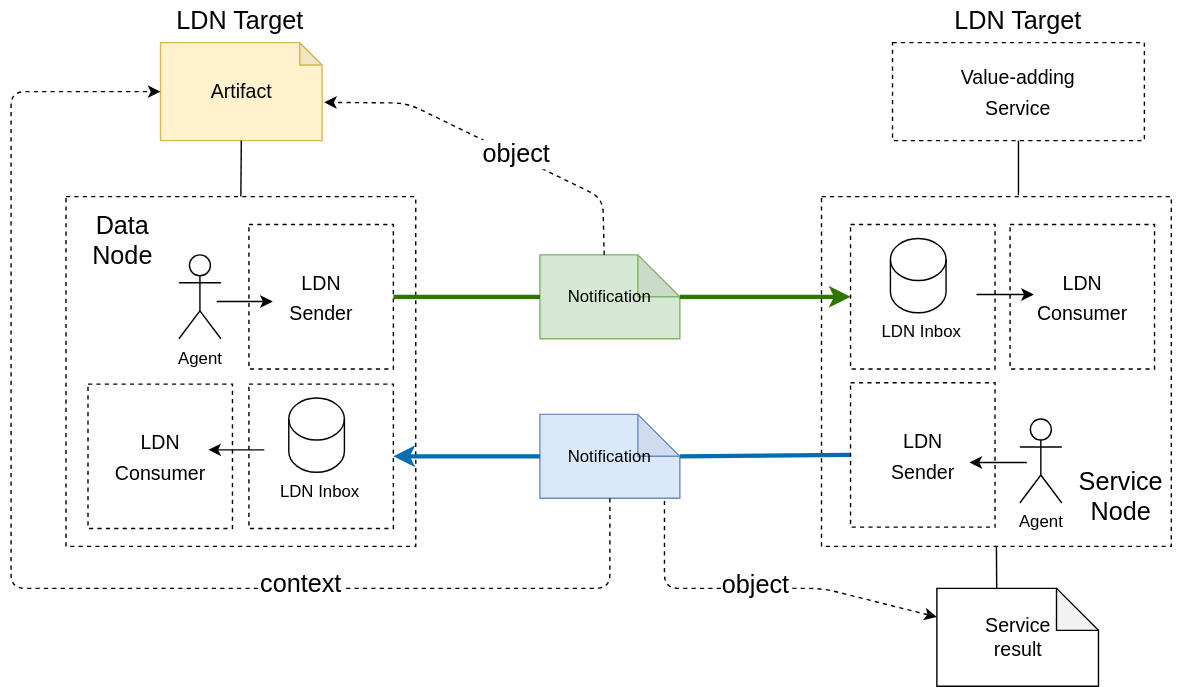
The draw.io diagram images/network.svg in MellonScholarlyCommunication/spec-notifications, before a commit. Source tidied: cells renumbered, new cells last; positions are measured from the earlier drawing's top-left corner, leaving out a move shared by most shapes.
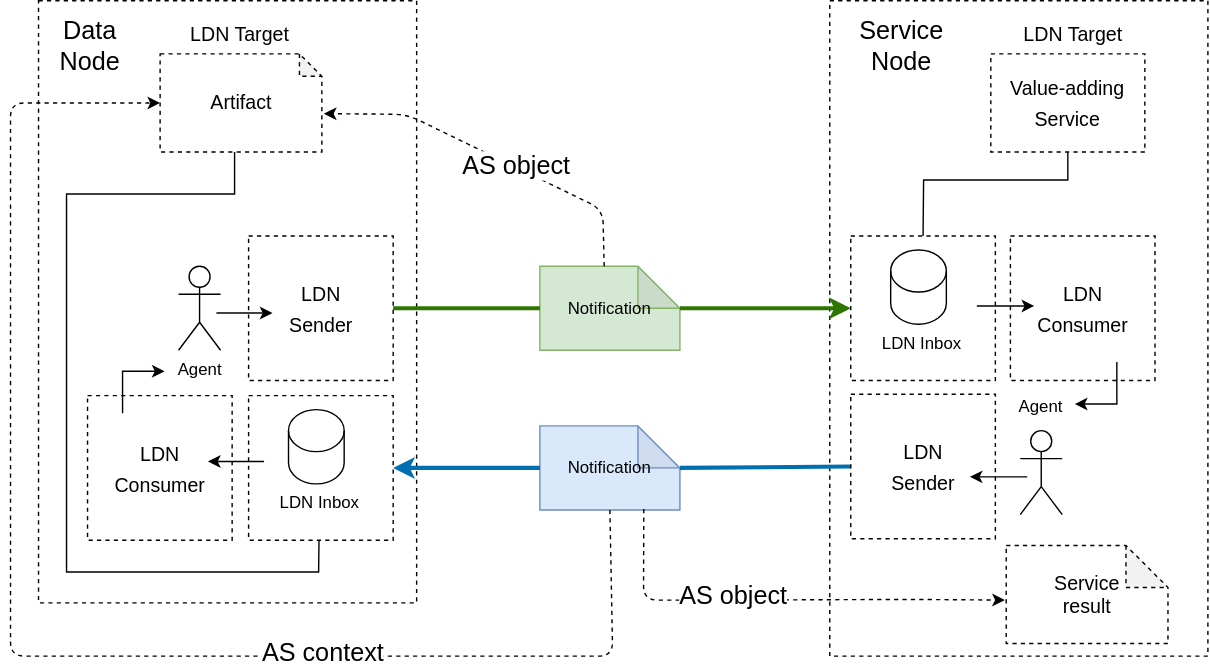
Later version of the same file.

Change to the diagram source:
```diff
@@ -2,23 +2,23 @@
   <root>
     <mxCell id="0" />
     <mxCell id="1" parent="0" />
-    <mxCell id="2" style="whiteSpace=wrap;html=1;dashed=1;" parent="1" vertex="1">
-      <mxGeometry x="579.2" y="140" width="250" height="250" as="geometry" />
-    </mxCell>
-    <mxCell id="3" style="whiteSpace=wrap;html=1;dashed=1;" parent="1" vertex="1">
-      <mxGeometry x="39.2" y="140" width="250" height="250" as="geometry" />
-    </mxCell>
+    <mxCell id="48" style="rounded=0;whiteSpace=wrap;html=1;dashed=1;fontSize=18;fillColor=none;" parent="1" vertex="1">
+      <mxGeometry x="585" y="-8" width="270" height="468" as="geometry" />
+    </mxCell>
+    <mxCell id="49" style="rounded=0;whiteSpace=wrap;html=1;dashed=1;fontSize=18;fillColor=none;" parent="1" vertex="1">
+      <mxGeometry x="20" y="-8" width="270" height="430" as="geometry" />
+    </mxCell>
     <mxCell id="4" value="Notification" style="shape=note;whiteSpace=wrap;html=1;backgroundOutline=1;darkOpacity=0.05;fillColor=#d5e8d4;strokeColor=#82b366;" parent="1" vertex="1">
       <mxGeometry x="378" y="181.6" width="100" height="60" as="geometry" />
     </mxCell>
     <mxCell id="5" style="endArrow=none;html=1;rounded=0;strokeWidth=3;fillColor=#60a917;strokeColor=#2D7600;exitX=1;exitY=0.5;exitDx=0;exitDy=0;entryX=0;entryY=0.5;entryDx=0;entryDy=0;entryPerimeter=0;" parent="1" edge="1" source="20" target="4">
       <mxGeometry relative="1" as="geometry" />
     </mxCell>
-    <mxCell id="6" value="&lt;font style=&quot;font-size: 14px;&quot;&gt;Artifact&lt;/font&gt;" style="shape=note;whiteSpace=wrap;html=1;backgroundOutline=1;darkOpacity=0.05;fillColor=#fff2cc;strokeColor=#d6b656;size=16;" parent="1" vertex="1">
+    <mxCell id="6" value="&lt;font style=&quot;font-size: 14px;&quot;&gt;Artifact&lt;/font&gt;" style="shape=note;whiteSpace=wrap;html=1;backgroundOutline=1;darkOpacity=0.05;size=16;dashed=1;" parent="1" vertex="1">
       <mxGeometry x="106.8" y="30" width="115.5" height="70" as="geometry" />
     </mxCell>
     <mxCell id="7" value="&lt;font style=&quot;font-size: 18px;&quot;&gt;Data &lt;br&gt;Node&lt;/font&gt;" style="text;html=1;strokeColor=none;fillColor=none;align=center;verticalAlign=middle;whiteSpace=wrap;rounded=0;" parent="1" vertex="1">
-      <mxGeometry x="30" y="146.6" width="100" height="50" as="geometry" />
+      <mxGeometry x="6.8" width="100" height="50" as="geometry" />
     </mxCell>
     <mxCell id="8" value="Notification" style="shape=note;whiteSpace=wrap;html=1;backgroundOutline=1;darkOpacity=0.05;fillColor=#dae8fc;strokeColor=#6c8ebf;" parent="1" vertex="1">
       <mxGeometry x="378" y="295.6" width="100" height="60" as="geometry" />
@@ -26,45 +26,45 @@
     <mxCell id="9" style="endArrow=none;html=1;rounded=0;fillColor=#1ba1e2;strokeColor=#006EAF;strokeWidth=3;entryX=0;entryY=0.5;entryDx=0;entryDy=0;exitX=0;exitY=0;exitDx=100;exitDy=30;exitPerimeter=0;" parent="1" edge="1" source="8" target="30">
       <mxGeometry relative="1" as="geometry" />
     </mxCell>
-    <mxCell id="10" style="endArrow=classic;html=1;rounded=0;strokeWidth=3;fillColor=#60a917;strokeColor=#2D7600;entryX=0;entryY=0.5;entryDx=0;entryDy=0;exitX=0;exitY=0;exitDx=100;exitDy=30;exitPerimeter=0;" parent="1" edge="1" source="4" target="28">
-      <mxGeometry relative="1" as="geometry" />
-    </mxCell>
-    <mxCell id="11" style="endArrow=classic;html=1;rounded=0;fillColor=#1ba1e2;strokeColor=#006EAF;strokeWidth=3;exitX=0;exitY=0.5;exitDx=0;exitDy=0;exitPerimeter=0;entryX=1;entryY=0.5;entryDx=0;entryDy=0;" parent="1" edge="1" source="8" target="19">
-      <mxGeometry relative="1" as="geometry" />
-    </mxCell>
+    <mxCell id="50" style="endArrow=classic;html=1;rounded=0;strokeWidth=3;fillColor=#60a917;strokeColor=#2D7600;entryX=0;entryY=0.5;entryDx=0;entryDy=0;exitX=0;exitY=0;exitDx=100;exitDy=30;exitPerimeter=0;" parent="1" edge="1" source="4" target="59">
+      <mxGeometry relative="1" as="geometry" />
+    </mxCell>
+    <mxCell id="51" style="endArrow=classic;html=1;rounded=0;fillColor=#1ba1e2;strokeColor=#006EAF;strokeWidth=3;exitX=0;exitY=0.5;exitDx=0;exitDy=0;exitPerimeter=0;entryX=1;entryY=0.5;entryDx=0;entryDy=0;" parent="1" edge="1" source="8" target="56">
+      <mxGeometry relative="1" as="geometry" />
+    </mxCell>
     <mxCell id="12" value="Agent" style="shape=umlActor;verticalLabelPosition=bottom;verticalAlign=top;html=1;" parent="1" vertex="1">
       <mxGeometry x="120" y="181.6" width="30" height="60" as="geometry" />
     </mxCell>
-    <mxCell id="13" value="&lt;font style=&quot;font-size: 14px;&quot;&gt;Service&lt;br&gt;result&lt;/font&gt;" style="shape=note;whiteSpace=wrap;html=1;backgroundOutline=1;darkOpacity=0.05;" parent="1" vertex="1">
-      <mxGeometry x="661.7" y="420" width="115.5" height="70" as="geometry" />
+    <mxCell id="13" value="&lt;font style=&quot;font-size: 14px;&quot;&gt;Service&lt;br&gt;result&lt;/font&gt;" style="shape=note;whiteSpace=wrap;html=1;backgroundOutline=1;darkOpacity=0.05;dashed=1;" parent="1" vertex="1">
+      <mxGeometry x="711" y="381" width="115.5" height="70" as="geometry" />
     </mxCell>
-    <mxCell id="14" style="endArrow=classic;html=1;rounded=1;dashed=1;entryX=0.987;entryY=0.593;entryDx=0;entryDy=0;entryPerimeter=0;exitX=0.43;exitY=-0.019;exitDx=0;exitDy=0;exitPerimeter=0;" parent="1" edge="1">
-      <mxGeometry relative="1" as="geometry">
-        <mxPoint x="423.9" y="181.6" as="sourcePoint" />
-        <mxPoint x="223.7" y="72.6" as="targetPoint" />
-        <Array as="points">
-          <mxPoint x="422.9" y="141.1" />
-          <mxPoint x="282.9" y="73.1" />
-        </Array>
-      </mxGeometry>
-    </mxCell>
-    <mxCell id="15" value="&lt;font style=&quot;font-size: 18px;&quot;&gt;object&lt;/font&gt;" style="edgeLabel;html=1;align=center;verticalAlign=middle;" parent="14" vertex="1">
-      <mxGeometry x="0.43" y="1" relative="1" as="geometry">
-        <mxPoint x="66" y="30" as="offset" />
-      </mxGeometry>
-    </mxCell>
+    <mxCell id="52" style="endArrow=classic;html=1;rounded=1;dashed=1;entryX=0.987;entryY=0.593;entryDx=0;entryDy=0;entryPerimeter=0;exitX=0.43;exitY=-0.019;exitDx=0;exitDy=0;exitPerimeter=0;" parent="1" edge="1">
+      <mxGeometry relative="1" as="geometry">
+        <mxPoint x="423.9" y="181.6" as="sourcePoint" />
+        <mxPoint x="223.7" y="72.6" as="targetPoint" />
+        <Array as="points">
+          <mxPoint x="422.9" y="141.1" />
+          <mxPoint x="282.9" y="73.1" />
+        </Array>
+      </mxGeometry>
+    </mxCell>
+    <mxCell id="53" value="&lt;font style=&quot;font-size: 18px;&quot;&gt;AS object&lt;/font&gt;" style="edgeLabel;html=1;align=center;verticalAlign=middle;" parent="52" vertex="1">
+      <mxGeometry x="0.43" y="1" relative="1" as="geometry">
+        <mxPoint x="66" y="30" as="offset" />
+      </mxGeometry>
+    </mxCell>
     <mxCell id="16" style="group;" parent="1" vertex="1">
       <mxGeometry x="170" y="274" width="103.2" height="103.2" as="geometry" />
     </mxCell>
-    <mxCell id="17" style="shape=cylinder3;whiteSpace=wrap;html=1;boundedLbl=1;backgroundOutline=1;size=15;" parent="16" vertex="1">
-      <mxGeometry x="28.5" y="10" width="39.8" height="53" as="geometry" />
-    </mxCell>
-    <mxCell id="18" value="LDN Inbox" style="text;html=1;strokeColor=none;fillColor=none;align=center;verticalAlign=middle;whiteSpace=wrap;rounded=0;" parent="16" vertex="1">
-      <mxGeometry x="20.6" y="62" width="60" height="30" as="geometry" />
-    </mxCell>
-    <mxCell id="19" style="whiteSpace=wrap;html=1;dashed=1;fillColor=none;" parent="16" vertex="1">
-      <mxGeometry width="103.2" height="103.2" as="geometry" />
-    </mxCell>
+    <mxCell id="54" style="shape=cylinder3;whiteSpace=wrap;html=1;boundedLbl=1;backgroundOutline=1;size=15;" parent="16" vertex="1">
+      <mxGeometry x="28.5" y="10" width="39.8" height="53" as="geometry" />
+    </mxCell>
+    <mxCell id="55" value="LDN Inbox" style="text;html=1;strokeColor=none;fillColor=none;align=center;verticalAlign=middle;whiteSpace=wrap;rounded=0;" parent="16" vertex="1">
+      <mxGeometry x="20.6" y="62" width="60" height="30" as="geometry" />
+    </mxCell>
+    <mxCell id="56" style="whiteSpace=wrap;html=1;dashed=1;fillColor=none;" parent="16" vertex="1">
+      <mxGeometry width="103.2" height="103.2" as="geometry" />
+    </mxCell>
     <mxCell id="20" style="whiteSpace=wrap;html=1;dashed=1;fillColor=none;" parent="1" vertex="1">
       <mxGeometry x="170" y="160" width="103.2" height="103.2" as="geometry" />
     </mxCell>
@@ -78,26 +78,26 @@
       <mxGeometry x="76.6" y="310.6" width="60" height="30" as="geometry" />
     </mxCell>
     <mxCell id="24" value="&lt;font style=&quot;font-size: 18px;&quot;&gt;Service &lt;br&gt;Node&lt;/font&gt;" style="text;html=1;strokeColor=none;fillColor=none;align=center;verticalAlign=middle;whiteSpace=wrap;rounded=0;" parent="1" vertex="1">
-      <mxGeometry x="735.6" y="330" width="114.5" height="50" as="geometry" />
+      <mxGeometry x="579" width="114.5" height="50" as="geometry" />
     </mxCell>
     <mxCell id="25" style="group;" parent="1" vertex="1">
       <mxGeometry x="600" y="160" width="103.2" height="103.2" as="geometry" />
     </mxCell>
-    <mxCell id="26" style="shape=cylinder3;whiteSpace=wrap;html=1;boundedLbl=1;backgroundOutline=1;size=15;" parent="25" vertex="1">
-      <mxGeometry x="28.5" y="10" width="39.8" height="53" as="geometry" />
-    </mxCell>
-    <mxCell id="27" value="LDN Inbox" style="text;html=1;strokeColor=none;fillColor=none;align=center;verticalAlign=middle;whiteSpace=wrap;rounded=0;" parent="25" vertex="1">
-      <mxGeometry x="20.6" y="62" width="60" height="30" as="geometry" />
-    </mxCell>
-    <mxCell id="28" style="whiteSpace=wrap;html=1;dashed=1;fillColor=none;" parent="25" vertex="1">
-      <mxGeometry width="103.2" height="103.2" as="geometry" />
-    </mxCell>
-    <mxCell id="29" style="endArrow=classic;html=1;rounded=0;fontSize=14;" parent="25" edge="1">
-      <mxGeometry relative="1" as="geometry">
-        <mxPoint x="90" y="50" as="sourcePoint" />
-        <mxPoint x="131" y="50" as="targetPoint" />
-      </mxGeometry>
-    </mxCell>
+    <mxCell id="57" style="shape=cylinder3;whiteSpace=wrap;html=1;boundedLbl=1;backgroundOutline=1;size=15;" parent="25" vertex="1">
+      <mxGeometry x="28.5" y="10" width="39.8" height="53" as="geometry" />
+    </mxCell>
+    <mxCell id="58" value="LDN Inbox" style="text;html=1;strokeColor=none;fillColor=none;align=center;verticalAlign=middle;whiteSpace=wrap;rounded=0;" parent="25" vertex="1">
+      <mxGeometry x="20.6" y="62" width="60" height="30" as="geometry" />
+    </mxCell>
+    <mxCell id="59" style="whiteSpace=wrap;html=1;dashed=1;fillColor=none;" parent="25" vertex="1">
+      <mxGeometry width="103.2" height="103.2" as="geometry" />
+    </mxCell>
+    <mxCell id="60" style="endArrow=classic;html=1;rounded=0;fontSize=14;" parent="25" edge="1">
+      <mxGeometry relative="1" as="geometry">
+        <mxPoint x="90" y="50" as="sourcePoint" />
+        <mxPoint x="131" y="50" as="targetPoint" />
+      </mxGeometry>
+    </mxCell>
     <mxCell id="30" style="whiteSpace=wrap;html=1;dashed=1;fillColor=none;" parent="1" vertex="1">
       <mxGeometry x="600" y="273" width="103.2" height="103.2" as="geometry" />
     </mxCell>
@@ -110,71 +110,104 @@
     <mxCell id="33" value="&lt;font style=&quot;font-size: 14px;&quot;&gt;LDN&lt;br&gt;Consumer&lt;/font&gt;" style="text;html=1;strokeColor=none;fillColor=none;align=center;verticalAlign=middle;whiteSpace=wrap;rounded=0;fontSize=18;" parent="1" vertex="1">
       <mxGeometry x="735.6" y="196.6" width="60" height="30" as="geometry" />
     </mxCell>
-    <mxCell id="34" style="endArrow=classic;html=1;rounded=1;dashed=1;exitX=0.89;exitY=1.031;exitDx=0;exitDy=0;exitPerimeter=0;" parent="1" edge="1" source="8" target="13">
-      <mxGeometry relative="1" as="geometry">
-        <Array as="points">
-          <mxPoint x="467" y="420" />
-          <mxPoint x="580" y="420" />
-        </Array>
-      </mxGeometry>
-    </mxCell>
-    <mxCell id="35" value="object" style="edgeLabel;html=1;align=center;verticalAlign=middle;fontSize=18;" parent="34" vertex="1">
-      <mxGeometry x="-0.02" y="3" relative="1" as="geometry">
-        <mxPoint y="1" as="offset" />
-      </mxGeometry>
-    </mxCell>
+    <mxCell id="61" style="endArrow=classic;html=1;rounded=1;dashed=1;exitX=0.742;exitY=0.99;exitDx=0;exitDy=0;exitPerimeter=0;" parent="1" edge="1" source="8">
+      <mxGeometry relative="1" as="geometry">
+        <mxPoint x="710" y="420" as="targetPoint" />
+        <Array as="points">
+          <mxPoint x="452" y="420" />
+          <mxPoint x="520" y="420" />
+          <mxPoint x="640" y="419.5" />
+        </Array>
+      </mxGeometry>
+    </mxCell>
+    <mxCell id="62" value="AS object" style="edgeLabel;html=1;align=center;verticalAlign=middle;fontSize=18;" parent="61" vertex="1">
+      <mxGeometry x="-0.02" y="3" relative="1" as="geometry">
+        <mxPoint x="-30" as="offset" />
+      </mxGeometry>
+    </mxCell>
     <mxCell id="36" style="endArrow=classic;html=1;rounded=1;dashed=1;exitX=0.5;exitY=1;exitDx=0;exitDy=0;exitPerimeter=0;entryX=0;entryY=0.5;entryDx=0;entryDy=0;entryPerimeter=0;" parent="1" edge="1" source="8" target="6">
       <mxGeometry relative="1" as="geometry">
         <Array as="points">
-          <mxPoint x="428" y="420" />
-          <mxPoint y="420" />
+          <mxPoint x="430" y="460" />
+          <mxPoint y="460" />
           <mxPoint y="65" />
         </Array>
       </mxGeometry>
     </mxCell>
-    <mxCell id="37" value="context" style="edgeLabel;html=1;align=center;verticalAlign=middle;fontSize=18;" parent="36" vertex="1">
-      <mxGeometry x="-0.36" y="-3" relative="1" as="geometry">
-        <mxPoint x="17" as="offset" />
-      </mxGeometry>
-    </mxCell>
+    <mxCell id="63" value="AS context" style="edgeLabel;html=1;align=center;verticalAlign=middle;fontSize=18;" parent="36" vertex="1">
+      <mxGeometry x="-0.36" y="-3" relative="1" as="geometry">
+        <mxPoint x="17" as="offset" />
+      </mxGeometry>
+    </mxCell>
+    <mxCell id="64" style="shape=umlActor;verticalLabelPosition=bottom;verticalAlign=top;html=1;" parent="1" vertex="1">
+      <mxGeometry x="721" y="299" width="30" height="60" as="geometry" />
+    </mxCell>
+    <mxCell id="65" value="&lt;font style=&quot;font-size: 14px;&quot;&gt;LDN Target&lt;/font&gt;" style="text;html=1;strokeColor=none;fillColor=none;align=center;verticalAlign=middle;whiteSpace=wrap;rounded=0;fontSize=18;" parent="1" vertex="1">
+      <mxGeometry x="105.4" width="118.4" height="30" as="geometry" />
+    </mxCell>
+    <mxCell id="66" style="endArrow=none;html=1;rounded=0;fontSize=18;exitX=0.487;exitY=1;exitDx=0;exitDy=0;exitPerimeter=0;" parent="1" edge="1" source="56">
+      <mxGeometry relative="1" as="geometry">
+        <mxPoint x="160" y="100" as="targetPoint" />
+        <Array as="points">
+          <mxPoint x="220" y="400" />
+          <mxPoint x="40" y="400" />
+          <mxPoint x="40" y="130" />
+          <mxPoint x="160" y="130" />
+        </Array>
+      </mxGeometry>
+    </mxCell>
+    <mxCell id="67" value="&lt;font style=&quot;font-size: 14px;&quot;&gt;LDN Target&lt;/font&gt;" style="text;html=1;strokeColor=none;fillColor=none;align=center;verticalAlign=middle;whiteSpace=wrap;rounded=0;fontSize=18;" parent="1" vertex="1">
+      <mxGeometry x="700" width="118.4" height="30" as="geometry" />
+    </mxCell>
+    <mxCell id="42" value="&lt;font style=&quot;font-size: 14px;&quot;&gt;Value-adding&lt;br&gt;Service&lt;/font&gt;" style="rounded=0;whiteSpace=wrap;html=1;dashed=1;fontSize=18;" parent="1" vertex="1">
+      <mxGeometry x="700" y="30" width="110" height="70" as="geometry" />
+    </mxCell>
+    <mxCell id="68" style="endArrow=none;html=1;rounded=0;fontSize=18;entryX=0.5;entryY=1;entryDx=0;entryDy=0;exitX=0.5;exitY=0;exitDx=0;exitDy=0;" parent="1" edge="1" source="59" target="42">
+      <mxGeometry relative="1" as="geometry">
+        <Array as="points">
+          <mxPoint x="652" y="120" />
+          <mxPoint x="755" y="120" />
+        </Array>
+      </mxGeometry>
+    </mxCell>
+    <mxCell id="69" style="endArrow=classic;html=1;rounded=0;fontSize=14;exitX=0.291;exitY=0.349;exitDx=0;exitDy=0;exitPerimeter=0;" parent="1" edge="1">
+      <mxGeometry relative="1" as="geometry">
+        <mxPoint x="181" y="321" as="sourcePoint" />
+        <mxPoint x="141" y="321" as="targetPoint" />
+      </mxGeometry>
+    </mxCell>
+    <mxCell id="70" style="endArrow=classic;html=1;rounded=0;fontSize=14;exitX=0.291;exitY=0.349;exitDx=0;exitDy=0;exitPerimeter=0;" parent="1" edge="1">
+      <mxGeometry relative="1" as="geometry">
+        <mxPoint x="147" y="215" as="sourcePoint" />
+        <mxPoint x="187" y="215" as="targetPoint" />
+      </mxGeometry>
+    </mxCell>
+    <mxCell id="71" style="endArrow=classic;html=1;rounded=0;fontSize=14;" parent="1" edge="1">
+      <mxGeometry relative="1" as="geometry">
+        <mxPoint x="726" y="332" as="sourcePoint" />
+        <mxPoint x="685" y="332" as="targetPoint" />
+      </mxGeometry>
+    </mxCell>
+    <mxCell id="72" style="endArrow=classic;html=1;rounded=0;" parent="1" edge="1">
+      <mxGeometry relative="1" as="geometry">
+        <mxPoint x="80" y="286.6" as="sourcePoint" />
+        <mxPoint x="110" y="256.6" as="targetPoint" />
+        <Array as="points">
+          <mxPoint x="80" y="256.6" />
+        </Array>
+      </mxGeometry>
+    </mxCell>
+    <mxCell id="73" style="endArrow=classic;html=1;rounded=0;" parent="1" edge="1">
+      <mxGeometry relative="1" as="geometry">
+        <mxPoint x="790" y="250" as="sourcePoint" />
+        <mxPoint x="760" y="280" as="targetPoint" />
+        <Array as="points">
+          <mxPoint x="790" y="280" />
+        </Array>
+      </mxGeometry>
+    </mxCell>
-    <mxCell id="38" value="Agent" style="shape=umlActor;verticalLabelPosition=bottom;verticalAlign=top;html=1;" parent="1" vertex="1">
-      <mxGeometry x="721" y="299" width="30" height="60" as="geometry" />
+    <mxCell id="38" value="Agent" style="text;html=1;strokeColor=none;fillColor=none;align=center;verticalAlign=middle;whiteSpace=wrap;rounded=0;" parent="1" vertex="1">
+      <mxGeometry x="706" y="267.2" width="60" height="30" as="geometry" />
     </mxCell>
-    <mxCell id="39" value="LDN Target" style="text;html=1;strokeColor=none;fillColor=none;align=center;verticalAlign=middle;whiteSpace=wrap;rounded=0;fontSize=18;" parent="1" vertex="1">
-      <mxGeometry x="105.4" width="118.4" height="30" as="geometry" />
-    </mxCell>
-    <mxCell id="40" style="endArrow=none;html=1;rounded=0;fontSize=18;exitX=0.5;exitY=0;exitDx=0;exitDy=0;entryX=0.5;entryY=1;entryDx=0;entryDy=0;entryPerimeter=0;" parent="1" edge="1" source="3" target="6">
-      <mxGeometry relative="1" as="geometry" />
-    </mxCell>
-    <mxCell id="41" value="LDN Target" style="text;html=1;strokeColor=none;fillColor=none;align=center;verticalAlign=middle;whiteSpace=wrap;rounded=0;fontSize=18;" parent="1" vertex="1">
-      <mxGeometry x="660.8" width="118.4" height="30" as="geometry" />
-    </mxCell>
-    <mxCell id="42" value="&lt;font style=&quot;font-size: 14px;&quot;&gt;Value-adding&lt;br&gt;Service&lt;/font&gt;" style="rounded=0;whiteSpace=wrap;html=1;dashed=1;fontSize=18;" parent="1" vertex="1">
-      <mxGeometry x="630" y="30" width="180" height="70" as="geometry" />
-    </mxCell>
-    <mxCell id="43" style="endArrow=none;html=1;rounded=0;fontSize=18;entryX=0.5;entryY=1;entryDx=0;entryDy=0;exitX=0.563;exitY=-0.004;exitDx=0;exitDy=0;exitPerimeter=0;" parent="1" edge="1" source="2" target="42">
-      <mxGeometry relative="1" as="geometry" />
-    </mxCell>
-    <mxCell id="44" style="endArrow=none;html=1;rounded=0;fontSize=18;entryX=0.5;entryY=1;entryDx=0;entryDy=0;exitX=0;exitY=0;exitDx=42.75;exitDy=0;exitPerimeter=0;" parent="1" edge="1" source="13" target="2">
-      <mxGeometry relative="1" as="geometry" />
-    </mxCell>
-    <mxCell id="45" style="endArrow=classic;html=1;rounded=0;fontSize=14;exitX=0.291;exitY=0.349;exitDx=0;exitDy=0;exitPerimeter=0;" parent="1" edge="1">
-      <mxGeometry relative="1" as="geometry">
-        <mxPoint x="181" y="321" as="sourcePoint" />
-        <mxPoint x="141" y="321" as="targetPoint" />
-      </mxGeometry>
-    </mxCell>
-    <mxCell id="46" style="endArrow=classic;html=1;rounded=0;fontSize=14;exitX=0.291;exitY=0.349;exitDx=0;exitDy=0;exitPerimeter=0;" parent="1" edge="1">
-      <mxGeometry relative="1" as="geometry">
-        <mxPoint x="147" y="215" as="sourcePoint" />
-        <mxPoint x="187" y="215" as="targetPoint" />
-      </mxGeometry>
-    </mxCell>
-    <mxCell id="47" style="endArrow=classic;html=1;rounded=0;fontSize=14;" parent="1" edge="1">
-      <mxGeometry relative="1" as="geometry">
-        <mxPoint x="726" y="330" as="sourcePoint" />
-        <mxPoint x="685" y="330" as="targetPoint" />
-      </mxGeometry>
-    </mxCell>
   </root>
 </mxGraphModel>
```
